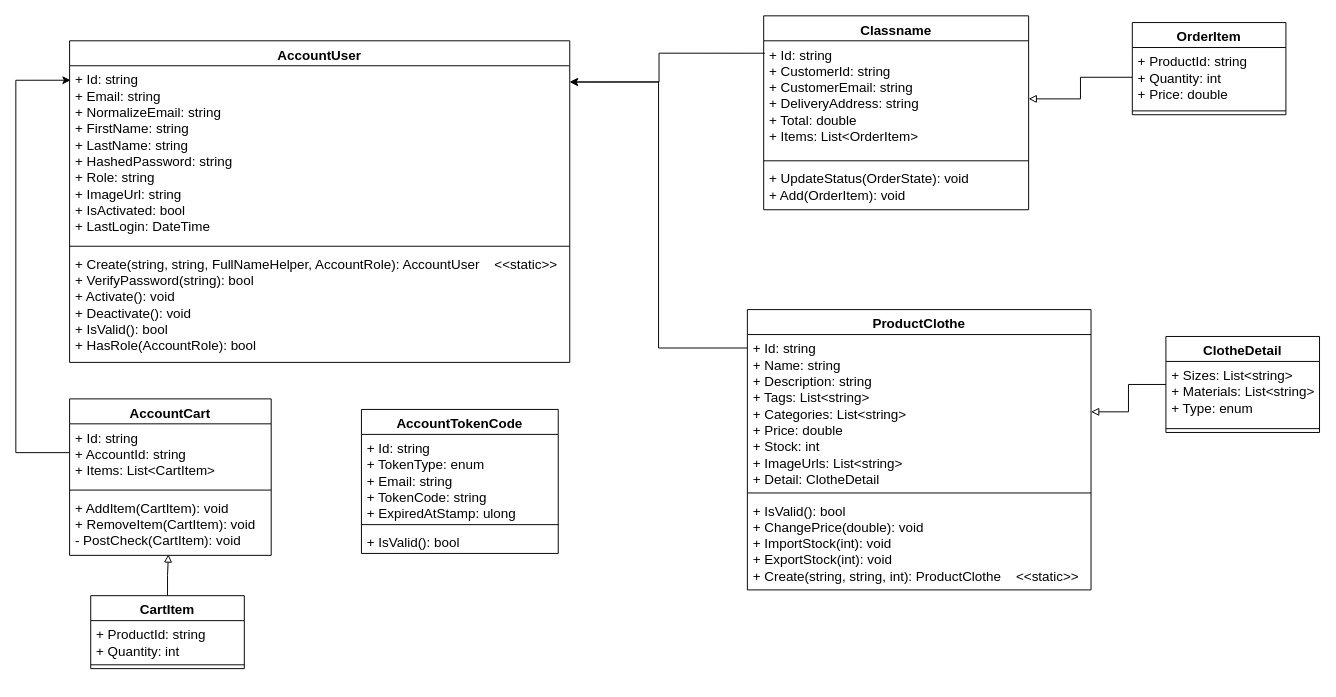
This is page "class-diagram" (2 of 2) of usecase.drawio from shifuvn/diagram, a draw.io file, before an edit. Source tidied: cells renumbered, new cells numbered last; positions are measured from the earlier drawing's top-left corner, leaving out a move shared by most shapes. Both pictures are drawn from the tidied source at 96%, with x=0, y=0 at pixel (15, 15).
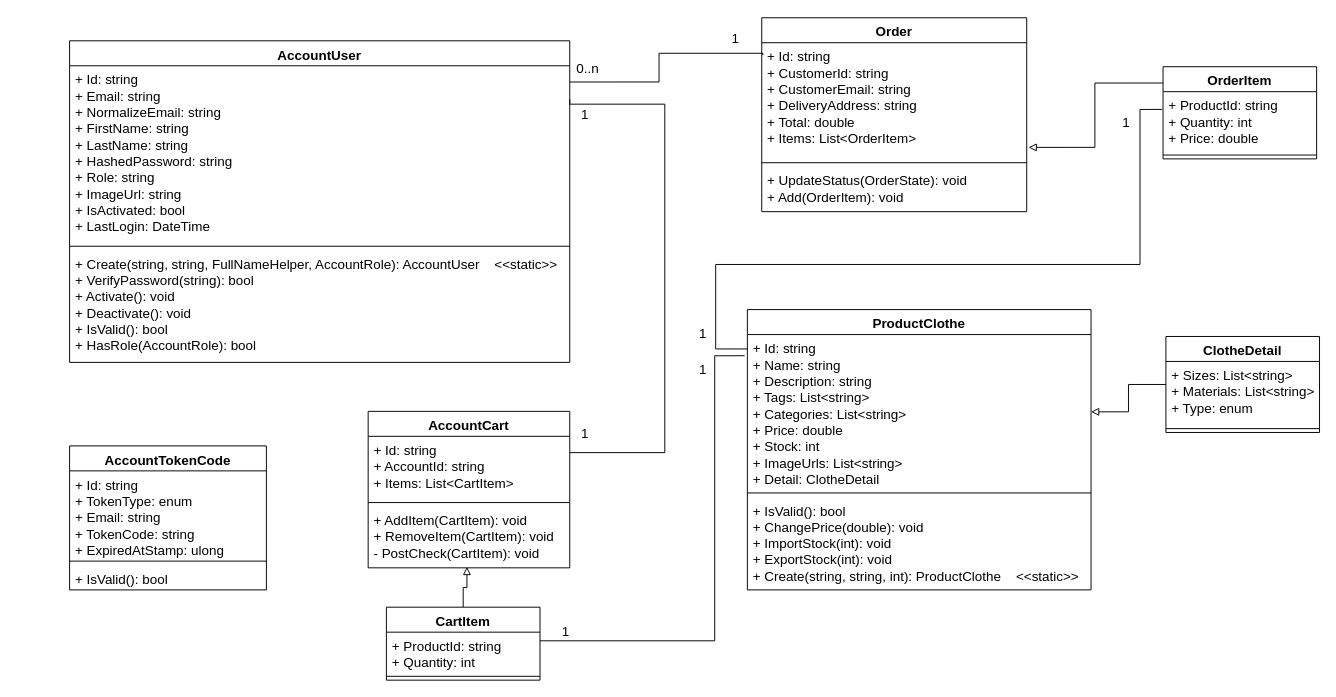
The same page after the edit.

The change refers to these unchanged cells:
```xml
<mxCell id="3" value="+ Id: string&#10;+ Email: string&#10;+ NormalizeEmail: string&#10;+ FirstName: string&#10;+ LastName: string&#10;+ HashedPassword: string&#10;+ Role: string&#10;+ ImageUrl: string&#10;+ IsActivated: bool&#10;+ LastLogin: DateTime&#10;" style="text;strokeColor=none;fillColor=none;align=left;verticalAlign=top;spacingLeft=4;spacingRight=4;overflow=hidden;points=[[0,0.5],[1,0.5]];portConstraint=eastwest;fontSize=14;" parent="2" vertex="1">
  <mxGeometry y="26" width="521" height="184" as="geometry" />
</mxCell>
<mxCell id="8" value="+ ProductId: string&#10;+ Quantity: int&#10;" style="text;strokeColor=none;fillColor=none;align=left;verticalAlign=top;spacingLeft=4;spacingRight=4;overflow=hidden;points=[[0,0.5],[1,0.5]];portConstraint=eastwest;fontSize=14;" parent="7" vertex="1">
  <mxGeometry y="26" width="160" height="42" as="geometry" />
</mxCell>
<mxCell id="11" value="+ Id: string&#10;+ AccountId: string&#10;+ Items: List&lt;CartItem&gt;" style="text;strokeColor=none;fillColor=none;align=left;verticalAlign=top;spacingLeft=4;spacingRight=4;overflow=hidden;points=[[0,0.5],[1,0.5]];portConstraint=eastwest;fontSize=14;" parent="10" vertex="1">
  <mxGeometry y="26" width="210" height="65" as="geometry" />
</mxCell>
<mxCell id="20" value="+ Id: string&#10;+ Name: string&#10;+ Description: string&#10;+ Tags: List&lt;string&gt;&#10;+ Categories: List&lt;string&gt;&#10;+ Price: double&#10;+ Stock: int&#10;+ ImageUrls: List&lt;string&gt;&#10;+ Detail: ClotheDetail&#10;" style="text;strokeColor=none;fillColor=none;align=left;verticalAlign=top;spacingLeft=4;spacingRight=4;overflow=hidden;points=[[0,0.5],[1,0.5]];portConstraint=eastwest;fontSize=14;" parent="19" vertex="1">
  <mxGeometry y="26" width="358" height="161" as="geometry" />
</mxCell>
<mxCell id="28" value="+ ProductId: string&#10;+ Quantity: int&#10;+ Price: double&#10;" style="text;strokeColor=none;fillColor=none;align=left;verticalAlign=top;spacingLeft=4;spacingRight=4;overflow=hidden;points=[[0,0.5],[1,0.5]];portConstraint=eastwest;fontSize=14;" parent="27" vertex="1">
  <mxGeometry y="26" width="160" height="62" as="geometry" />
</mxCell>
<mxCell id="31" value="+ Id: string&#10;+ CustomerId: string&#10;+ CustomerEmail: string&#10;+ DeliveryAddress: string&#10;+ Total: double&#10;+ Items: List&lt;OrderItem&gt;&#10;" style="text;strokeColor=none;fillColor=none;align=left;verticalAlign=top;spacingLeft=4;spacingRight=4;overflow=hidden;points=[[0,0.5],[1,0.5]];portConstraint=eastwest;fontSize=14;" parent="30" vertex="1">
  <mxGeometry y="26" width="276" height="121" as="geometry" />
</mxCell>
```

What changed in the source:
```diff
@@
     <mxCell id="7" value="CartItem" style="swimlane;fontStyle=1;align=center;verticalAlign=top;horizontal=1;startSize=26;fontSize=14;" parent="1" vertex="1">
-      <mxGeometry x="78" y="604" width="160" height="76" as="geometry" />
+      <mxGeometry x="386" y="616" width="160" height="76" as="geometry" />
     </mxCell>
@@
     <mxCell id="10" value="AccountCart" style="swimlane;fontStyle=1;align=center;verticalAlign=top;horizontal=1;startSize=26;fontSize=14;" parent="1" vertex="1">
-      <mxGeometry x="56" y="399" width="210" height="163" as="geometry" />
+      <mxGeometry x="367" y="412" width="210" height="163" as="geometry" />
     </mxCell>
@@
     <mxCell id="14" value="AccountTokenCode" style="swimlane;fontStyle=1;align=center;verticalAlign=top;horizontal=1;startSize=26;fontSize=14;" parent="1" vertex="1">
-      <mxGeometry x="360" y="410" width="205" height="150" as="geometry" />
+      <mxGeometry x="56" y="448" width="205" height="150" as="geometry" />
     </mxCell>
@@
-    <mxCell id="18" style="edgeStyle=orthogonalEdgeStyle;rounded=0;jettySize=auto;html=1;entryX=0.002;entryY=0.082;entryDx=0;entryDy=0;entryPerimeter=0;fontSize=14;endArrow=classic;endFill=1;" parent="1" edge="1" source="11" target="3">
+    <mxCell id="18" style="edgeStyle=orthogonalEdgeStyle;rounded=0;jettySize=auto;html=1;entryX=1;entryY=0.19;entryDx=0;entryDy=0;entryPerimeter=0;fontSize=14;endArrow=none;endFill=0;" parent="1" edge="1" source="11" target="3">
       <mxGeometry relative="1" as="geometry">
         <Array as="points">
-          <mxPoint y="455" />
-          <mxPoint y="67" />
+          <mxPoint x="676" y="455" />
+          <mxPoint x="676" y="92" />
+          <mxPoint x="577" y="92" />
         </Array>
       </mxGeometry>
     </mxCell>
@@
+    <mxCell id="37" style="edgeStyle=orthogonalEdgeStyle;rounded=0;jettySize=auto;html=1;entryX=1.007;entryY=0.901;entryDx=0;entryDy=0;entryPerimeter=0;fontSize=14;endArrow=block;endFill=0;exitX=0.006;exitY=0.177;exitDx=0;exitDy=0;exitPerimeter=0;" parent="1" edge="1" source="27" target="31">
+      <mxGeometry relative="1" as="geometry" />
+    </mxCell>
     <mxCell id="27" value="OrderItem" style="swimlane;fontStyle=1;align=center;verticalAlign=top;horizontal=1;startSize=26;fontSize=14;" parent="1" vertex="1">
-      <mxGeometry x="1163" y="7" width="160" height="96" as="geometry" />
+      <mxGeometry x="1195" y="53" width="160" height="96" as="geometry" />
     </mxCell>
@@
-    <mxCell id="30" value="Classname" style="swimlane;fontStyle=1;align=center;verticalAlign=top;horizontal=1;startSize=26;fontSize=14;" parent="1" vertex="1">
-      <mxGeometry x="779" width="276" height="202" as="geometry" />
+    <mxCell id="30" value="Order" style="swimlane;fontStyle=1;align=center;verticalAlign=top;horizontal=1;startSize=26;fontSize=14;" parent="1" vertex="1">
+      <mxGeometry x="777" y="2" width="276" height="202" as="geometry" />
     </mxCell>
@@
-    <mxCell id="34" style="edgeStyle=orthogonalEdgeStyle;rounded=0;jettySize=auto;html=1;fontSize=14;endArrow=block;endFill=0;" parent="1" edge="1" source="28" target="31">
-      <mxGeometry relative="1" as="geometry" />
-    </mxCell>
-    <mxCell id="35" style="edgeStyle=orthogonalEdgeStyle;rounded=0;jettySize=auto;html=1;entryX=1;entryY=0.092;entryDx=0;entryDy=0;entryPerimeter=0;fontSize=14;endArrow=classic;endFill=1;exitX=0.004;exitY=0.107;exitDx=0;exitDy=0;exitPerimeter=0;" parent="1" edge="1" source="31" target="3">
+    <mxCell id="35" style="edgeStyle=orthogonalEdgeStyle;rounded=0;jettySize=auto;html=1;entryX=1;entryY=0.092;entryDx=0;entryDy=0;entryPerimeter=0;fontSize=14;endArrow=none;endFill=0;exitX=0.004;exitY=0.107;exitDx=0;exitDy=0;exitPerimeter=0;" parent="1" edge="1" source="31" target="3">
       <mxGeometry relative="1" as="geometry">
         <Array as="points">
           <mxPoint x="670" y="39" />
           <mxPoint x="670" y="69" />
         </Array>
       </mxGeometry>
     </mxCell>
-    <mxCell id="36" style="edgeStyle=orthogonalEdgeStyle;rounded=0;jettySize=auto;html=1;entryX=1;entryY=0.092;entryDx=0;entryDy=0;entryPerimeter=0;fontSize=14;endArrow=classic;endFill=1;exitX=0;exitY=0.087;exitDx=0;exitDy=0;exitPerimeter=0;" parent="1" edge="1" source="20" target="3">
-      <mxGeometry relative="1" as="geometry" />
-    </mxCell>
+    <mxCell id="38" value="1" style="text;html=1;strokeColor=none;fillColor=none;align=center;verticalAlign=middle;whiteSpace=wrap;rounded=0;fontSize=14;" parent="1" vertex="1">
+      <mxGeometry x="566" y="422" width="54" height="25" as="geometry" />
+    </mxCell>
+    <mxCell id="39" value="1" style="text;html=1;strokeColor=none;fillColor=none;align=center;verticalAlign=middle;whiteSpace=wrap;rounded=0;fontSize=14;" parent="1" vertex="1">
+      <mxGeometry x="566" y="90.5" width="54" height="25" as="geometry" />
+    </mxCell>
+    <mxCell id="40" value="1" style="text;html=1;strokeColor=none;fillColor=none;align=center;verticalAlign=middle;whiteSpace=wrap;rounded=0;fontSize=14;" parent="1" vertex="1">
+      <mxGeometry x="723" y="11" width="54" height="25" as="geometry" />
+    </mxCell>
+    <mxCell id="41" value="1" style="text;html=1;strokeColor=none;fillColor=none;align=center;verticalAlign=middle;whiteSpace=wrap;rounded=0;fontSize=14;" parent="1" vertex="1">
+      <mxGeometry x="689" y="318" width="54" height="25" as="geometry" />
+    </mxCell>
+    <mxCell id="42" style="edgeStyle=orthogonalEdgeStyle;rounded=0;jettySize=auto;html=1;entryX=0;entryY=0.093;entryDx=0;entryDy=0;entryPerimeter=0;fontSize=14;endArrow=none;endFill=0;exitX=-0.006;exitY=0.298;exitDx=0;exitDy=0;exitPerimeter=0;" parent="1" edge="1" source="28" target="20">
+      <mxGeometry relative="1" as="geometry">
+        <Array as="points">
+          <mxPoint x="1171" y="98" />
+          <mxPoint x="1171" y="259" />
+          <mxPoint x="729" y="259" />
+          <mxPoint x="729" y="347" />
+        </Array>
+      </mxGeometry>
+    </mxCell>
+    <mxCell id="43" value="1" style="text;html=1;strokeColor=none;fillColor=none;align=center;verticalAlign=middle;whiteSpace=wrap;rounded=0;fontSize=14;" parent="1" vertex="1">
+      <mxGeometry x="1130" y="98" width="54" height="25" as="geometry" />
+    </mxCell>
+    <mxCell id="44" value="0..n" style="text;html=1;strokeColor=none;fillColor=none;align=center;verticalAlign=middle;whiteSpace=wrap;rounded=0;fontSize=14;" parent="1" vertex="1">
+      <mxGeometry x="569" y="42.5" width="54" height="25" as="geometry" />
+    </mxCell>
+    <mxCell id="45" style="edgeStyle=orthogonalEdgeStyle;rounded=0;jettySize=auto;html=1;entryX=-0.008;entryY=0.137;entryDx=0;entryDy=0;entryPerimeter=0;fontSize=14;endArrow=none;endFill=0;" parent="1" edge="1" source="8" target="20">
+      <mxGeometry relative="1" as="geometry">
+        <Array as="points">
+          <mxPoint x="728" y="651" />
+          <mxPoint x="728" y="354" />
+        </Array>
+      </mxGeometry>
+    </mxCell>
+    <mxCell id="46" value="1" style="text;html=1;strokeColor=none;fillColor=none;align=center;verticalAlign=middle;whiteSpace=wrap;rounded=0;fontSize=14;" parent="1" vertex="1">
+      <mxGeometry x="546" y="629.5" width="54" height="25" as="geometry" />
+    </mxCell>
+    <mxCell id="47" value="1" style="text;html=1;strokeColor=none;fillColor=none;align=center;verticalAlign=middle;whiteSpace=wrap;rounded=0;fontSize=14;" parent="1" vertex="1">
+      <mxGeometry x="689" y="356" width="54" height="25" as="geometry" />
+    </mxCell>
```
